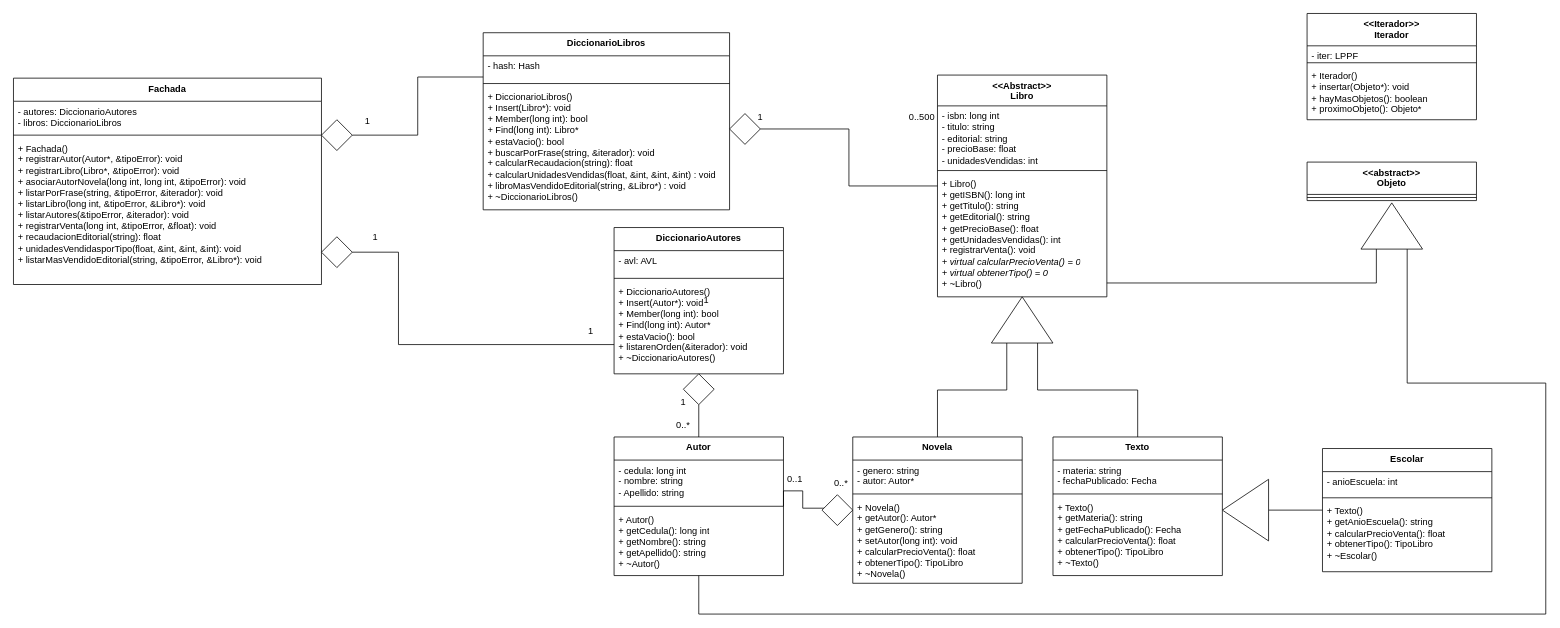
This is DiagramaPo4_actualizado.drawio.xml from f-calixto/p4_obligatorio, a draw.io file, before an edit. Source tidied: cells renumbered, new cells numbered last; positions are measured from the earlier drawing's top-left corner, leaving out a move shared by most shapes. Both pictures are drawn from the tidied source at 77%, with x=0, y=0 at pixel (13, 13).
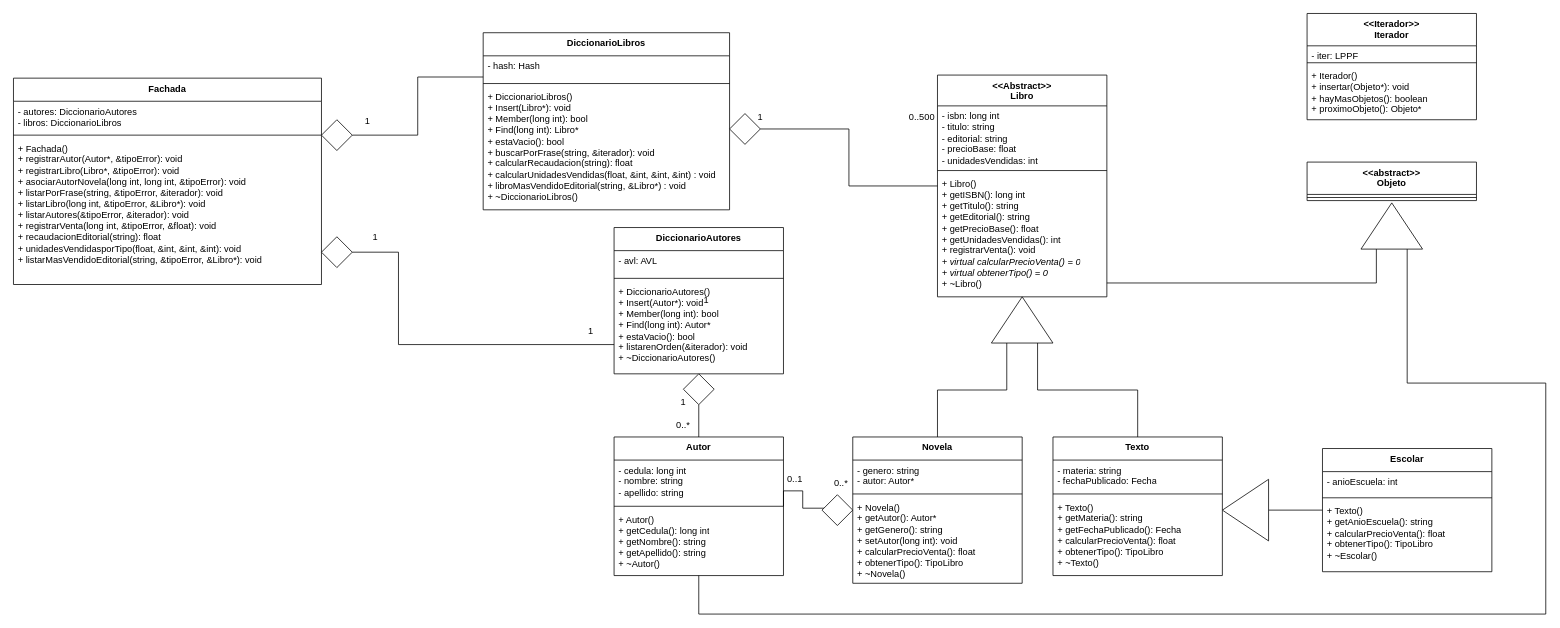
Above is the later version.

Unchanged cells that the change refers to:
```xml
<mxCell id="17" value="Autor" style="swimlane;fontStyle=1;align=center;verticalAlign=top;horizontal=1;startSize=30;whiteSpace=wrap;html=1;" parent="1" vertex="1">
  <mxGeometry x="780" y="550" width="220" height="180" as="geometry" />
</mxCell>
```

Change to the diagram source:
```diff
@@
-    <mxCell id="18" value="- cedula: long int&lt;div&gt;- nombre: string&lt;/div&gt;&lt;div&gt;- Apellido: string&lt;/div&gt;" style="text;strokeColor=none;fillColor=none;align=left;verticalAlign=top;spacingLeft=4;spacingRight=4;overflow=hidden;whiteSpace=wrap;html=1;" parent="17" vertex="1">
+    <mxCell id="18" value="- cedula: long int&lt;div&gt;- nombre: string&lt;/div&gt;&lt;div&gt;- apellido: string&lt;/div&gt;" style="text;strokeColor=none;fillColor=none;align=left;verticalAlign=top;spacingLeft=4;spacingRight=4;overflow=hidden;whiteSpace=wrap;html=1;" parent="17" vertex="1">
       <mxGeometry y="30" width="220" height="56" as="geometry" />
     </mxCell>
```
